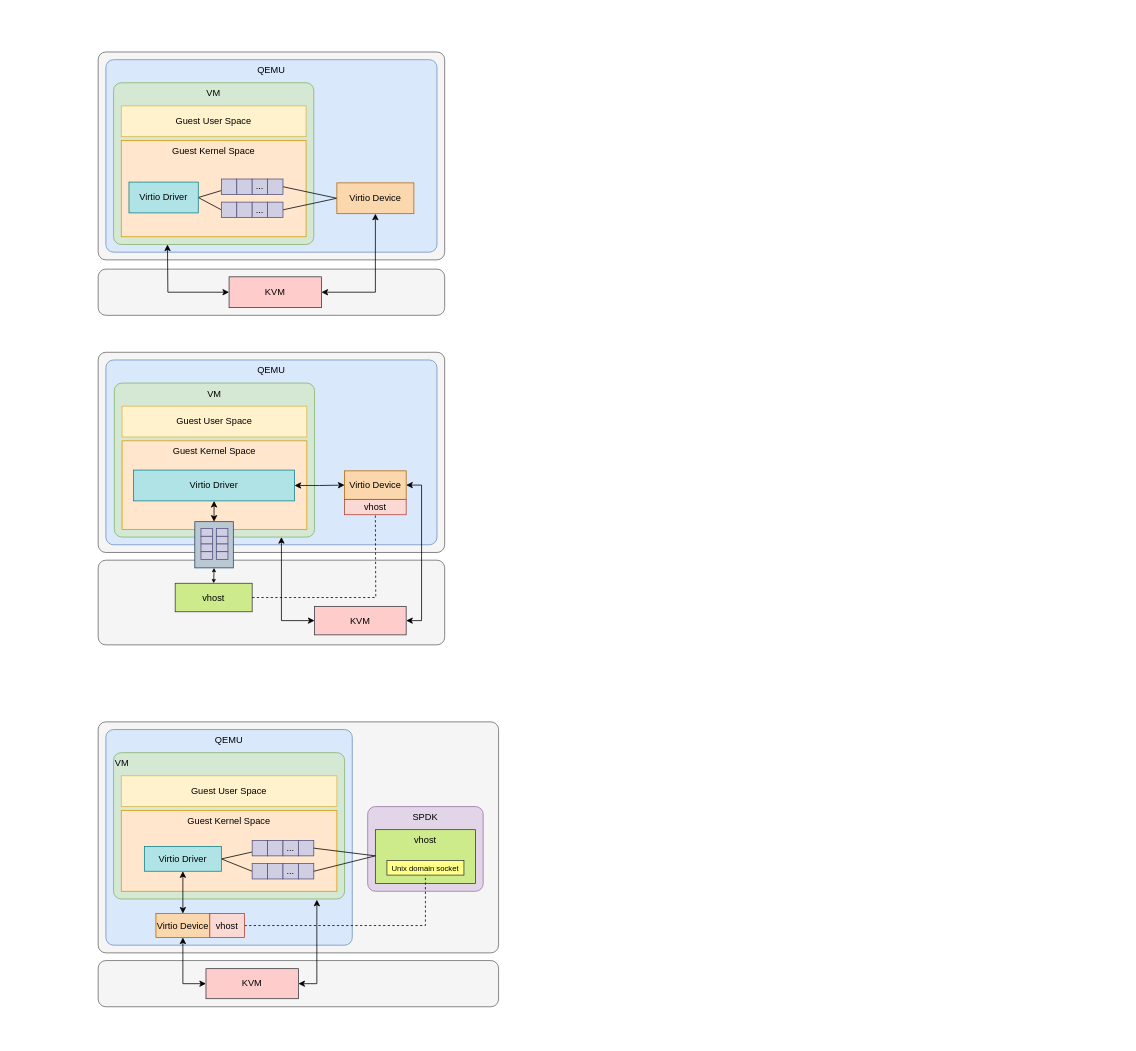
This is page "vhost" (4 of 4) of virtio.drawio from Aspiresky/draw.io, a draw.io file, before an edit. Source tidied: cells renumbered, new cells numbered last; positions are measured from the earlier drawing's top-left corner, leaving out a move shared by most shapes. Both pictures are drawn from the tidied source at 77%, with x=0, y=0 at pixel (98, 52).
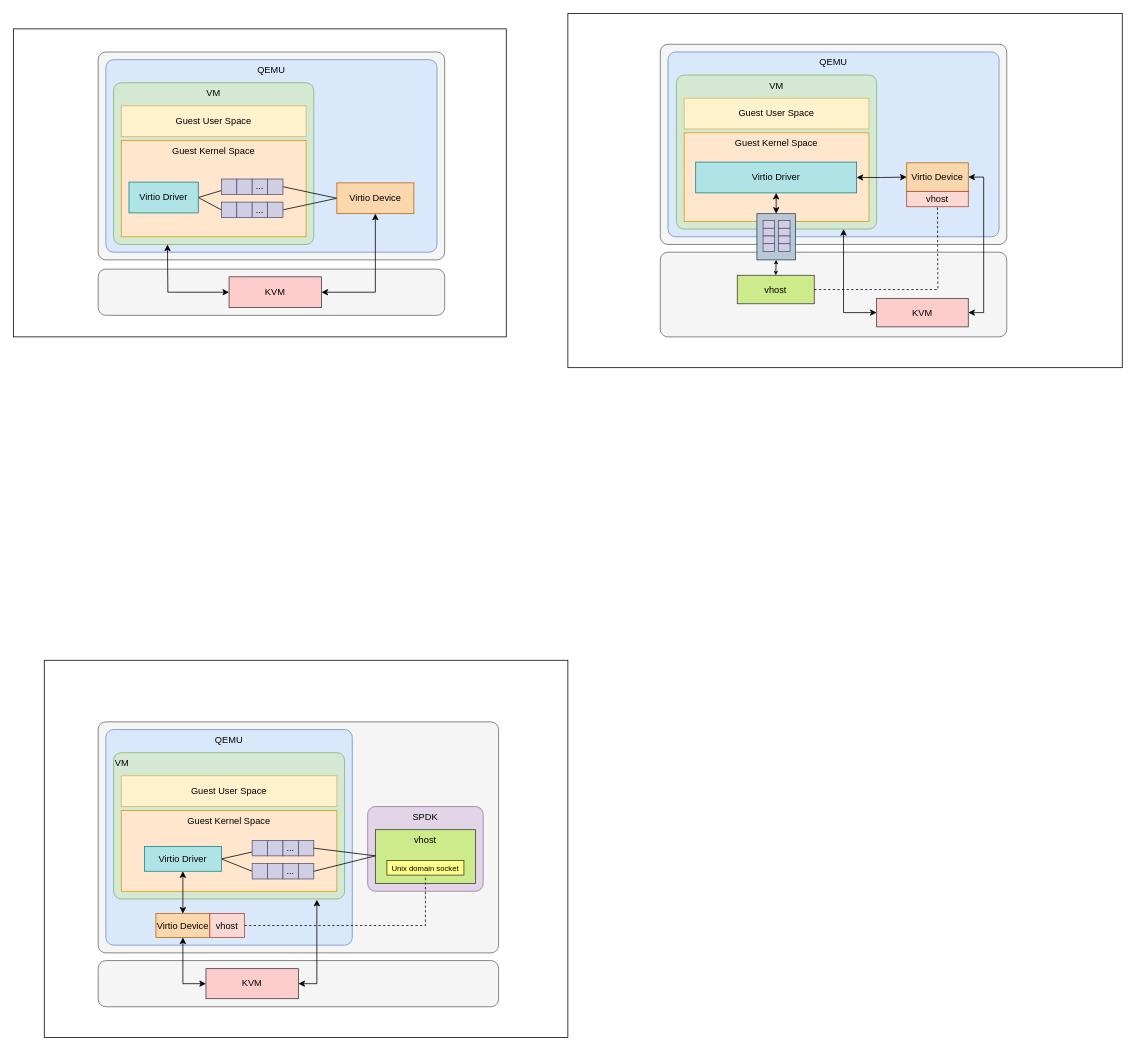
Above is the later version.

Unchanged cells that the change refers to:
```xml
<mxCell id="25" value="KVM" style="rounded=0;whiteSpace=wrap;html=1;fillColor=#ffcccc;strokeColor=#36393d;" parent="1" vertex="1">
  <mxGeometry x="170" y="292" width="120" height="40" as="geometry" />
</mxCell>
```

What changed in the source:
```diff
@@
-    <mxCell id="2" style="rounded=1;whiteSpace=wrap;html=1;absoluteArcSize=1;fillColor=#f5f5f5;fontColor=#333333;strokeColor=#666666;" parent="1" vertex="1">
-      <mxGeometry y="1180" width="520" height="60" as="geometry" />
-    </mxCell>
-    <mxCell id="3" value="KVM" style="rounded=0;whiteSpace=wrap;html=1;fillColor=#ffcccc;strokeColor=#36393d;" parent="1" vertex="1">
-      <mxGeometry x="140" y="1190.5" width="120" height="39" as="geometry" />
-    </mxCell>
+    <mxCell id="80" style="rounded=0;whiteSpace=wrap;html=1;" parent="1" vertex="1">
+      <mxGeometry x="-110" y="-30" width="640" height="400" as="geometry" />
+    </mxCell>
@@
-    <mxCell id="24" style="edgeStyle=orthogonalEdgeStyle;rounded=0;jettySize=auto;html=1;exitX=0;exitY=0.5;exitDx=0;exitDy=0;startArrow=classic;startFill=1;" parent="1" edge="1" source="25">
-      <mxGeometry relative="1" as="geometry">
-        <mxPoint x="90" y="250" as="targetPoint" />
-      </mxGeometry>
-    </mxCell>
+    <mxCell id="81" style="edgeStyle=orthogonalEdgeStyle;rounded=0;jettySize=auto;html=1;exitX=0;exitY=0.5;exitDx=0;exitDy=0;startArrow=classic;startFill=1;" parent="1" edge="1" source="25">
+      <mxGeometry relative="1" as="geometry">
+        <mxPoint x="90" y="250" as="targetPoint" />
+      </mxGeometry>
+    </mxCell>
@@
+    <mxCell id="82" style="rounded=0;whiteSpace=wrap;html=1;" parent="1" vertex="1">
+      <mxGeometry x="610" y="-50" width="720" height="460" as="geometry" />
+    </mxCell>
+    <mxCell id="83" style="rounded=1;whiteSpace=wrap;html=1;absoluteArcSize=1;fillColor=#f5f5f5;fontColor=#333333;strokeColor=#666666;" parent="1" vertex="1">
+      <mxGeometry x="730" y="-10" width="450" height="260" as="geometry" />
+    </mxCell>
+    <mxCell id="84" style="rounded=1;whiteSpace=wrap;html=1;absoluteArcSize=1;fillColor=#f5f5f5;fontColor=#333333;strokeColor=#666666;" parent="1" vertex="1">
+      <mxGeometry x="730" y="260" width="450" height="110" as="geometry" />
+    </mxCell>
+    <mxCell id="53" value="vhost" style="rounded=0;whiteSpace=wrap;html=1;fillColor=#cdeb8b;strokeColor=#36393d;" parent="1" vertex="1">
+      <mxGeometry x="830" y="290" width="100" height="37" as="geometry" />
+    </mxCell>
+    <mxCell id="54" value="QEMU" style="rounded=1;whiteSpace=wrap;html=1;absoluteArcSize=1;align=center;verticalAlign=top;horizontal=1;textDirection=rtl;fillColor=#dae8fc;strokeColor=#6c8ebf;" parent="1" vertex="1">
+      <mxGeometry x="740" width="430" height="240" as="geometry" />
+    </mxCell>
+    <mxCell id="55" value="VM" style="rounded=1;whiteSpace=wrap;html=1;absoluteArcSize=1;align=center;verticalAlign=top;fillColor=#d5e8d4;strokeColor=#82b366;" parent="1" vertex="1">
+      <mxGeometry x="751" y="30" width="260" height="200" as="geometry" />
+    </mxCell>
+    <mxCell id="56" value="Guest User Space" style="rounded=0;whiteSpace=wrap;html=1;fillColor=#fff2cc;strokeColor=#d6b656;" parent="1" vertex="1">
+      <mxGeometry x="761" y="60" width="240" height="40" as="geometry" />
+    </mxCell>
+    <mxCell id="57" value="Guest Kernel Space" style="rounded=0;whiteSpace=wrap;html=1;verticalAlign=top;fillColor=#ffe6cc;strokeColor=#d79b00;" parent="1" vertex="1">
+      <mxGeometry x="761" y="105" width="240" height="115" as="geometry" />
+    </mxCell>
+    <mxCell id="85" style="edgeStyle=orthogonalEdgeStyle;rounded=0;jettySize=auto;html=1;exitX=0.5;exitY=1;exitDx=0;exitDy=0;entryX=0.5;entryY=0;entryDx=0;entryDy=0;startArrow=classic;startFill=1;" parent="1" edge="1" source="60" target="87">
+      <mxGeometry relative="1" as="geometry" />
+    </mxCell>
+    <mxCell id="59" style="edgeStyle=orthogonalEdgeStyle;rounded=0;jettySize=auto;html=1;exitX=1;exitY=0.5;exitDx=0;exitDy=0;entryX=0;entryY=0.5;entryDx=0;entryDy=0;startArrow=classic;startFill=1;" parent="1" edge="1" source="60" target="62">
+      <mxGeometry relative="1" as="geometry" />
+    </mxCell>
+    <mxCell id="60" value="Virtio Driver" style="rounded=0;whiteSpace=wrap;html=1;align=center;fillColor=#b0e3e6;strokeColor=#0e8088;" parent="1" vertex="1">
+      <mxGeometry x="776" y="143" width="209" height="40" as="geometry" />
+    </mxCell>
+    <mxCell id="61" style="edgeStyle=orthogonalEdgeStyle;rounded=0;jettySize=auto;html=1;exitX=1;exitY=0.5;exitDx=0;exitDy=0;entryX=1;entryY=0.5;entryDx=0;entryDy=0;startArrow=classic;startFill=1;" parent="1" edge="1" source="62" target="73">
+      <mxGeometry relative="1" as="geometry" />
+    </mxCell>
+    <mxCell id="62" value="Virtio Device" style="rounded=0;whiteSpace=wrap;html=1;fillColor=#fad7ac;strokeColor=#b46504;" parent="1" vertex="1">
+      <mxGeometry x="1050" y="144" width="80" height="37" as="geometry" />
+    </mxCell>
+    <mxCell id="86" style="edgeStyle=orthogonalEdgeStyle;rounded=0;jettySize=auto;html=1;exitX=0.5;exitY=1;exitDx=0;exitDy=0;entryX=0.5;entryY=0;entryDx=0;entryDy=0;startArrow=classic;startFill=1;endSize=3;startSize=3;" parent="1" edge="1" source="87" target="53">
+      <mxGeometry relative="1" as="geometry" />
+    </mxCell>
+    <mxCell id="87" style="rounded=0;whiteSpace=wrap;html=1;absoluteArcSize=1;align=left;verticalAlign=top;fillColor=#bac8d3;strokeColor=#23445d;" parent="1" vertex="1">
+      <mxGeometry x="855.5" y="210" width="50" height="60" as="geometry" />
+    </mxCell>
+    <mxCell id="88" style="rounded=0;whiteSpace=wrap;html=1;fillColor=#d0cee2;strokeColor=#56517e;" parent="1" vertex="1">
+      <mxGeometry x="863.5" y="219" width="15" height="10" as="geometry" />
+    </mxCell>
+    <mxCell id="89" style="rounded=0;whiteSpace=wrap;html=1;fillColor=#d0cee2;strokeColor=#56517e;" parent="1" vertex="1">
+      <mxGeometry x="863.5" y="229" width="15" height="10" as="geometry" />
+    </mxCell>
+    <mxCell id="90" style="rounded=0;whiteSpace=wrap;html=1;horizontal=1;verticalAlign=middle;fillColor=#d0cee2;strokeColor=#56517e;" parent="1" vertex="1">
+      <mxGeometry x="863.5" y="239" width="15" height="10" as="geometry" />
+    </mxCell>
+    <mxCell id="91" style="rounded=0;whiteSpace=wrap;html=1;fillColor=#d0cee2;strokeColor=#56517e;" parent="1" vertex="1">
+      <mxGeometry x="863.5" y="249" width="15" height="10" as="geometry" />
+    </mxCell>
+    <mxCell id="92" style="rounded=0;whiteSpace=wrap;html=1;fillColor=#d0cee2;strokeColor=#56517e;" parent="1" vertex="1">
+      <mxGeometry x="883.5" y="219" width="15" height="10" as="geometry" />
+    </mxCell>
+    <mxCell id="93" style="rounded=0;whiteSpace=wrap;html=1;fillColor=#d0cee2;strokeColor=#56517e;" parent="1" vertex="1">
+      <mxGeometry x="883.5" y="229" width="15" height="10" as="geometry" />
+    </mxCell>
+    <mxCell id="94" style="rounded=0;whiteSpace=wrap;html=1;fillColor=#d0cee2;strokeColor=#56517e;" parent="1" vertex="1">
+      <mxGeometry x="883.5" y="239" width="15" height="10" as="geometry" />
+    </mxCell>
+    <mxCell id="95" style="rounded=0;whiteSpace=wrap;html=1;fillColor=#d0cee2;strokeColor=#56517e;" parent="1" vertex="1">
+      <mxGeometry x="883.5" y="249" width="15" height="10" as="geometry" />
+    </mxCell>
+    <mxCell id="73" value="KVM" style="rounded=0;whiteSpace=wrap;html=1;fillColor=#ffcccc;strokeColor=#36393d;" parent="1" vertex="1">
+      <mxGeometry x="1011" y="320" width="119" height="37" as="geometry" />
+    </mxCell>
+    <mxCell id="74" value="vhost" style="rounded=0;whiteSpace=wrap;html=1;fillColor=#fad9d5;strokeColor=#ae4132;" parent="1" vertex="1">
+      <mxGeometry x="1050" y="181" width="80" height="20" as="geometry" />
+    </mxCell>
+    <mxCell id="96" style="edgeStyle=orthogonalEdgeStyle;rounded=0;jettySize=auto;html=1;startArrow=classic;startFill=1;exitX=0;exitY=0.5;exitDx=0;exitDy=0;" parent="1" edge="1" source="73">
+      <mxGeometry relative="1" as="geometry">
+        <mxPoint x="968" y="230" as="targetPoint" />
+        <Array as="points">
+          <mxPoint x="968" y="339" />
+        </Array>
+      </mxGeometry>
+    </mxCell>
+    <mxCell id="97" style="rounded=0;jettySize=auto;html=1;exitX=1;exitY=0.5;exitDx=0;exitDy=0;entryX=0.5;entryY=1;entryDx=0;entryDy=0;endArrow=none;endFill=0;dashed=1;edgeStyle=orthogonalEdgeStyle;" parent="1" edge="1" source="53">
+      <mxGeometry relative="1" as="geometry">
+        <mxPoint x="1090" y="201" as="targetPoint" />
+      </mxGeometry>
+    </mxCell>
+    <mxCell id="98" style="rounded=0;whiteSpace=wrap;html=1;" parent="1" vertex="1">
+      <mxGeometry x="-70" y="790" width="680" height="490" as="geometry" />
+    </mxCell>
+    <mxCell id="2" style="rounded=1;whiteSpace=wrap;html=1;absoluteArcSize=1;fillColor=#f5f5f5;fontColor=#333333;strokeColor=#666666;" parent="1" vertex="1">
+      <mxGeometry y="1180" width="520" height="60" as="geometry" />
+    </mxCell>
+    <mxCell id="3" value="KVM" style="rounded=0;whiteSpace=wrap;html=1;fillColor=#ffcccc;strokeColor=#36393d;" parent="1" vertex="1">
+      <mxGeometry x="140" y="1190.5" width="120" height="39" as="geometry" />
+    </mxCell>
@@
-    <mxCell id="49" style="rounded=0;orthogonalLoop=1;jettySize=auto;html=1;endArrow=none;endFill=0;" parent="1" edge="1">
-      <mxGeometry relative="1" as="geometry">
-        <mxPoint x="280" y="1034" as="sourcePoint" />
-        <mxPoint x="360" y="1044" as="targetPoint" />
-      </mxGeometry>
-    </mxCell>
-    <mxCell id="50" style="rounded=0;orthogonalLoop=1;jettySize=auto;html=1;endArrow=none;endFill=0;" parent="1" edge="1">
-      <mxGeometry relative="1" as="geometry">
-        <mxPoint x="280" y="1064" as="sourcePoint" />
-        <mxPoint x="360" y="1044" as="targetPoint" />
-      </mxGeometry>
-    </mxCell>
-    <mxCell id="51" style="rounded=1;whiteSpace=wrap;html=1;absoluteArcSize=1;fillColor=#f5f5f5;fontColor=#333333;strokeColor=#666666;" parent="1" vertex="1">
-      <mxGeometry y="390" width="450" height="260" as="geometry" />
-    </mxCell>
-    <mxCell id="52" style="rounded=1;whiteSpace=wrap;html=1;absoluteArcSize=1;fillColor=#f5f5f5;fontColor=#333333;strokeColor=#666666;" parent="1" vertex="1">
-      <mxGeometry y="660" width="450" height="110" as="geometry" />
-    </mxCell>
-    <mxCell id="53" value="vhost" style="rounded=0;whiteSpace=wrap;html=1;fillColor=#cdeb8b;strokeColor=#36393d;" parent="1" vertex="1">
-      <mxGeometry x="100" y="690" width="100" height="37" as="geometry" />
-    </mxCell>
-    <mxCell id="54" value="QEMU" style="rounded=1;whiteSpace=wrap;html=1;absoluteArcSize=1;align=center;verticalAlign=top;horizontal=1;textDirection=rtl;fillColor=#dae8fc;strokeColor=#6c8ebf;" parent="1" vertex="1">
-      <mxGeometry x="10" y="400" width="430" height="240" as="geometry" />
-    </mxCell>
-    <mxCell id="55" value="VM" style="rounded=1;whiteSpace=wrap;html=1;absoluteArcSize=1;align=center;verticalAlign=top;fillColor=#d5e8d4;strokeColor=#82b366;" parent="1" vertex="1">
-      <mxGeometry x="21" y="430" width="260" height="200" as="geometry" />
-    </mxCell>
-    <mxCell id="56" value="Guest User Space" style="rounded=0;whiteSpace=wrap;html=1;fillColor=#fff2cc;strokeColor=#d6b656;" parent="1" vertex="1">
-      <mxGeometry x="31" y="460" width="240" height="40" as="geometry" />
-    </mxCell>
-    <mxCell id="57" value="Guest Kernel Space" style="rounded=0;whiteSpace=wrap;html=1;verticalAlign=top;fillColor=#ffe6cc;strokeColor=#d79b00;" parent="1" vertex="1">
-      <mxGeometry x="31" y="505" width="240" height="115" as="geometry" />
-    </mxCell>
-    <mxCell id="58" style="edgeStyle=orthogonalEdgeStyle;rounded=0;jettySize=auto;html=1;exitX=0.5;exitY=1;exitDx=0;exitDy=0;entryX=0.5;entryY=0;entryDx=0;entryDy=0;startArrow=classic;startFill=1;" parent="1" edge="1" source="60" target="64">
-      <mxGeometry relative="1" as="geometry" />
-    </mxCell>
-    <mxCell id="59" style="edgeStyle=orthogonalEdgeStyle;rounded=0;jettySize=auto;html=1;exitX=1;exitY=0.5;exitDx=0;exitDy=0;entryX=0;entryY=0.5;entryDx=0;entryDy=0;startArrow=classic;startFill=1;" parent="1" edge="1" source="60" target="62">
-      <mxGeometry relative="1" as="geometry" />
-    </mxCell>
-    <mxCell id="60" value="Virtio Driver" style="rounded=0;whiteSpace=wrap;html=1;align=center;fillColor=#b0e3e6;strokeColor=#0e8088;" parent="1" vertex="1">
-      <mxGeometry x="46" y="543" width="209" height="40" as="geometry" />
-    </mxCell>
-    <mxCell id="61" style="edgeStyle=orthogonalEdgeStyle;rounded=0;jettySize=auto;html=1;exitX=1;exitY=0.5;exitDx=0;exitDy=0;entryX=1;entryY=0.5;entryDx=0;entryDy=0;startArrow=classic;startFill=1;" parent="1" edge="1" source="62" target="73">
-      <mxGeometry relative="1" as="geometry" />
-    </mxCell>
-    <mxCell id="62" value="Virtio Device" style="rounded=0;whiteSpace=wrap;html=1;fillColor=#fad7ac;strokeColor=#b46504;" parent="1" vertex="1">
-      <mxGeometry x="320" y="544" width="80" height="37" as="geometry" />
-    </mxCell>
-    <mxCell id="63" style="edgeStyle=orthogonalEdgeStyle;rounded=0;jettySize=auto;html=1;exitX=0.5;exitY=1;exitDx=0;exitDy=0;entryX=0.5;entryY=0;entryDx=0;entryDy=0;startArrow=classic;startFill=1;endSize=3;startSize=3;" parent="1" edge="1" source="64" target="53">
-      <mxGeometry relative="1" as="geometry" />
-    </mxCell>
-    <mxCell id="64" style="rounded=0;whiteSpace=wrap;html=1;absoluteArcSize=1;align=left;verticalAlign=top;fillColor=#bac8d3;strokeColor=#23445d;" parent="1" vertex="1">
-      <mxGeometry x="125.5" y="610" width="50" height="60" as="geometry" />
-    </mxCell>
-    <mxCell id="65" style="rounded=0;whiteSpace=wrap;html=1;fillColor=#d0cee2;strokeColor=#56517e;" parent="1" vertex="1">
-      <mxGeometry x="133.5" y="619" width="15" height="10" as="geometry" />
-    </mxCell>
-    <mxCell id="66" style="rounded=0;whiteSpace=wrap;html=1;fillColor=#d0cee2;strokeColor=#56517e;" parent="1" vertex="1">
-      <mxGeometry x="133.5" y="629" width="15" height="10" as="geometry" />
-    </mxCell>
-    <mxCell id="67" style="rounded=0;whiteSpace=wrap;html=1;horizontal=1;verticalAlign=middle;fillColor=#d0cee2;strokeColor=#56517e;" parent="1" vertex="1">
-      <mxGeometry x="133.5" y="639" width="15" height="10" as="geometry" />
-    </mxCell>
-    <mxCell id="68" style="rounded=0;whiteSpace=wrap;html=1;fillColor=#d0cee2;strokeColor=#56517e;" parent="1" vertex="1">
-      <mxGeometry x="133.5" y="649" width="15" height="10" as="geometry" />
-    </mxCell>
-    <mxCell id="69" style="rounded=0;whiteSpace=wrap;html=1;fillColor=#d0cee2;strokeColor=#56517e;" parent="1" vertex="1">
-      <mxGeometry x="153.5" y="619" width="15" height="10" as="geometry" />
-    </mxCell>
-    <mxCell id="70" style="rounded=0;whiteSpace=wrap;html=1;fillColor=#d0cee2;strokeColor=#56517e;" parent="1" vertex="1">
-      <mxGeometry x="153.5" y="629" width="15" height="10" as="geometry" />
-    </mxCell>
-    <mxCell id="71" style="rounded=0;whiteSpace=wrap;html=1;fillColor=#d0cee2;strokeColor=#56517e;" parent="1" vertex="1">
-      <mxGeometry x="153.5" y="639" width="15" height="10" as="geometry" />
-    </mxCell>
-    <mxCell id="72" style="rounded=0;whiteSpace=wrap;html=1;fillColor=#d0cee2;strokeColor=#56517e;" parent="1" vertex="1">
-      <mxGeometry x="153.5" y="649" width="15" height="10" as="geometry" />
-    </mxCell>
-    <mxCell id="73" value="KVM" style="rounded=0;whiteSpace=wrap;html=1;fillColor=#ffcccc;strokeColor=#36393d;" parent="1" vertex="1">
-      <mxGeometry x="281" y="720" width="119" height="37" as="geometry" />
-    </mxCell>
-    <mxCell id="74" value="vhost" style="rounded=0;whiteSpace=wrap;html=1;fillColor=#fad9d5;strokeColor=#ae4132;" parent="1" vertex="1">
-      <mxGeometry x="320" y="581" width="80" height="20" as="geometry" />
-    </mxCell>
-    <mxCell id="75" style="edgeStyle=orthogonalEdgeStyle;rounded=0;jettySize=auto;html=1;startArrow=classic;startFill=1;exitX=0;exitY=0.5;exitDx=0;exitDy=0;" parent="1" edge="1" source="73">
-      <mxGeometry relative="1" as="geometry">
-        <mxPoint x="238" y="630" as="targetPoint" />
-        <Array as="points">
-          <mxPoint x="238" y="739" />
-        </Array>
-      </mxGeometry>
-    </mxCell>
+    <mxCell id="99" style="rounded=0;orthogonalLoop=1;jettySize=auto;html=1;endArrow=none;endFill=0;" parent="1" edge="1">
+      <mxGeometry relative="1" as="geometry">
+        <mxPoint x="280" y="1034" as="sourcePoint" />
+        <mxPoint x="360" y="1044" as="targetPoint" />
+      </mxGeometry>
+    </mxCell>
+    <mxCell id="100" style="rounded=0;orthogonalLoop=1;jettySize=auto;html=1;endArrow=none;endFill=0;" parent="1" edge="1">
+      <mxGeometry relative="1" as="geometry">
+        <mxPoint x="280" y="1064" as="sourcePoint" />
+        <mxPoint x="360" y="1044" as="targetPoint" />
+      </mxGeometry>
+    </mxCell>
@@
-    <mxCell id="78" style="rounded=0;jettySize=auto;html=1;exitX=1;exitY=0.5;exitDx=0;exitDy=0;entryX=0.5;entryY=1;entryDx=0;entryDy=0;endArrow=none;endFill=0;dashed=1;edgeStyle=orthogonalEdgeStyle;" parent="1" edge="1" source="53">
-      <mxGeometry relative="1" as="geometry">
-        <mxPoint x="360" y="601" as="targetPoint" />
-      </mxGeometry>
-    </mxCell>
```
